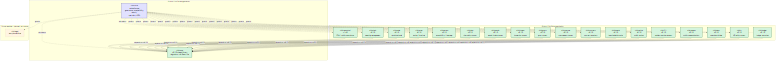
The Mermaid diagram docs/diagrams/suite-architecture.png in CivicSuite/civicsuite, before a commit. Its source is kept beside it as docs/diagrams/suite-architecture.mmd.
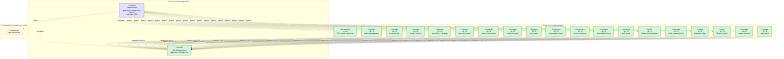
After the change.

Change to the diagram source:
```diff
@@ -22,9 +22,10 @@
         Data["civicdata<br/>v0.1.0<br/>open data bridge"]
         HR["civichr<br/>v0.1.0<br/>HR policy support"]
         Budget["civicbudget<br/>v0.1.0<br/>budget narratives"]
+        Legal["civiclegal<br/>v0.1.0<br/>legal records"]
     end
     subgraph FUTURE["Future modules - planned, not started"]
-        Legal["civiclegal<br/>next planned lane"]
+        Elections["civicelections<br/>next planned lane"]
     end
     SuiteRepo -.documents.-> Core
     SuiteRepo -.documents.-> Records
@@ -46,6 +47,7 @@
     SuiteRepo -.governs.-> HR
     SuiteRepo -.governs.-> Budget
     SuiteRepo -.governs.-> Legal
+    SuiteRepo -.governs.-> Elections
     Records -->|"depends on ==0.2.0"| Core
     Clerk -->|"depends on ==0.2.0"| Core
     Code -->|"depends on ==0.2.0"| Core
@@ -64,6 +66,7 @@
     Data -->|"depends on ==0.2.0"| Core
     HR -->|"depends on ==0.2.0"| Core
     Budget -->|"depends on ==0.2.0"| Core
+    Legal -->|"depends on ==0.2.0"| Core
     classDef shipping fill:#d4f4dd,stroke:#3a7a4a,stroke-width:2px,color:#000
     classDef governance fill:#e1e1ff,stroke:#5a5aa0,stroke-width:2px,color:#000
     classDef future fill:#fff4e1,stroke:#a08040,stroke-width:1px,stroke-dasharray:5 5,color:#000
@@ -88,4 +91,5 @@
     class Data shipping
     class HR shipping
     class Budget shipping
-    class Legal future
+    class Legal shipping
+    class Elections future
```
